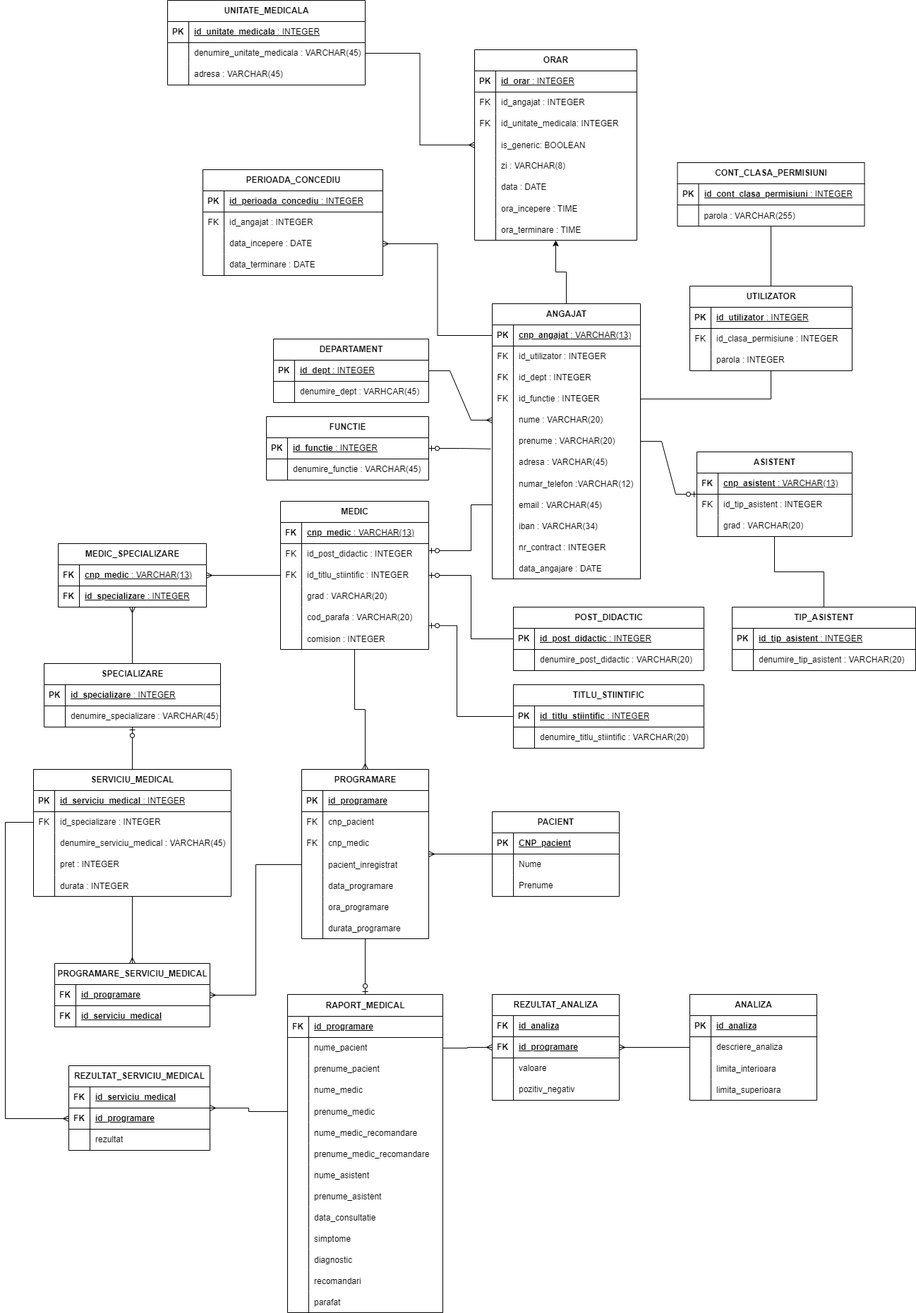
Above: ERD.drawio.png in bmarcu13/ProiectBD (draw.io), before the change. Source tidied: cells renumbered, new cells last; positions are measured from the earlier drawing's top-left corner, leaving out a move shared by most shapes.
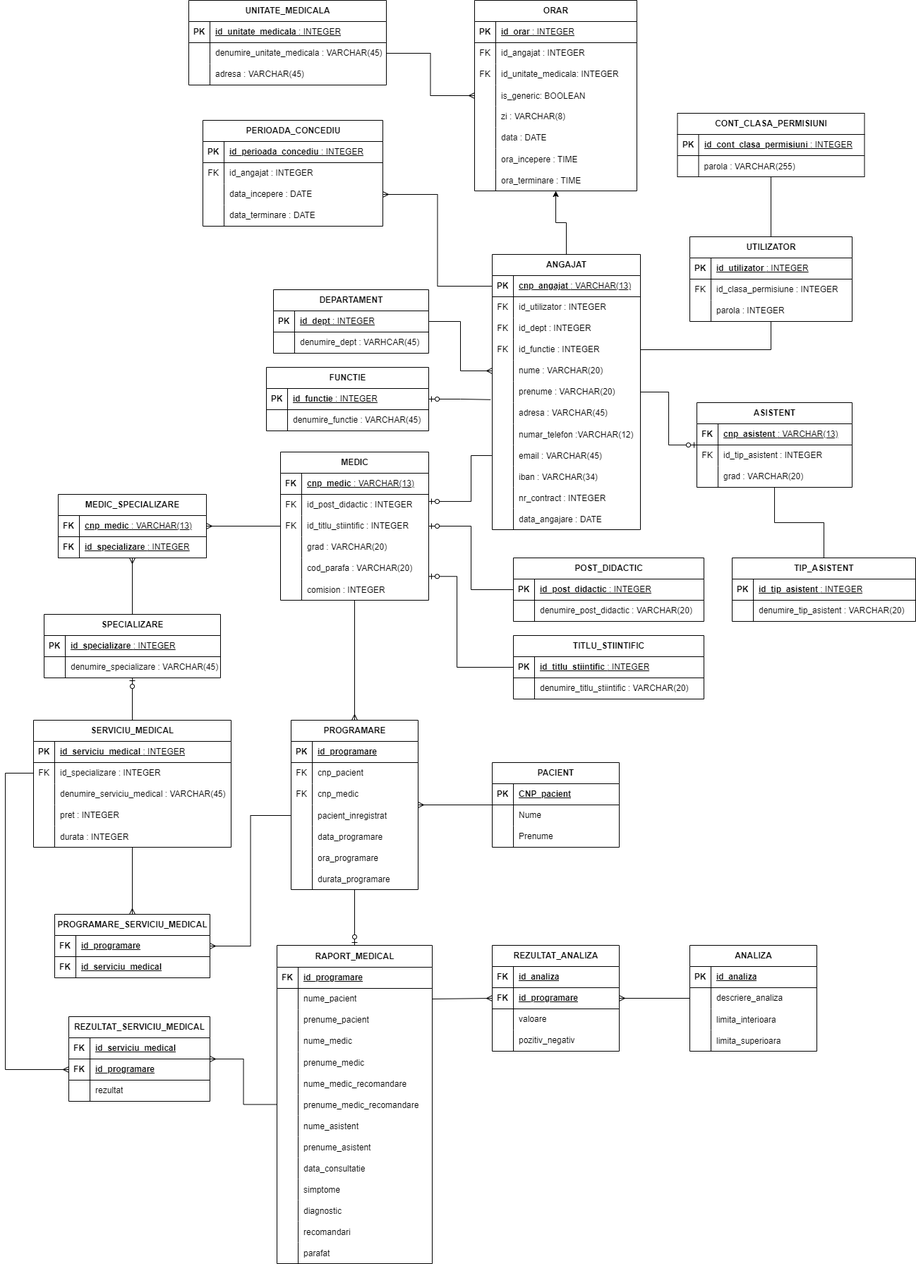
The same diagram one commit later.

The edit, as a diff of the source:
```diff
@@ -137,9 +137,6 @@
     <mxCell id="46" value="data_angajare : DATE" style="shape=partialRectangle;fillColor=none;top=0;left=0;bottom=0;right=0;align=left;spacingLeft=6;overflow=hidden;" parent="44" vertex="1">
       <mxGeometry x="30" width="180" height="30" as="geometry" />
     </mxCell>
-    <mxCell id="47" style="edgeStyle=entityRelationEdgeStyle;fontSize=12;html=1;endArrow=ERmany;rounded=0;exitX=1;exitY=0.5;exitDx=0;exitDy=0;entryX=0;entryY=0.5;entryDx=0;entryDy=0;" parent="1" edge="1" source="3" target="23">
-      <mxGeometry relative="1" as="geometry" />
-    </mxCell>
     <mxCell id="48" value="FUNCTIE" style="shape=table;startSize=30;rowLines=0;fontStyle=1;align=center;html=1;" parent="1" vertex="1">
       <mxGeometry x="370" y="590" width="230" height="90" as="geometry" />
     </mxCell>
@@ -370,9 +367,6 @@
         </Array>
       </mxGeometry>
     </mxCell>
-    <mxCell id="123" style="edgeStyle=entityRelationEdgeStyle;fontSize=12;html=1;endArrow=ERzeroToOne;endFill=1;rounded=0;" parent="1" edge="1" source="10" target="96">
-      <mxGeometry relative="1" as="geometry" />
-    </mxCell>
     <mxCell id="124" value="CONT_CLASA_PERMISIUNI" style="shape=table;startSize=30;rowLines=0;fontStyle=1;align=center;html=1;" parent="1" vertex="1">
       <mxGeometry x="952.5" y="230" width="265" height="90" as="geometry" />
     </mxCell>
@@ -521,7 +515,7 @@
       <mxGeometry relative="1" as="geometry" />
     </mxCell>
     <mxCell id="173" value="PROGRAMARE" style="shape=table;startSize=30;rowLines=0;fontStyle=1;align=center;html=1;" parent="1" vertex="1">
-      <mxGeometry x="420" y="1090" width="180" height="240" as="geometry" />
+      <mxGeometry x="405" y="1090" width="180" height="240" as="geometry" />
     </mxCell>
     <mxCell id="174" style="shape=tableRow;horizontal=0;startSize=0;swimlaneHead=0;swimlaneBody=0;fillColor=none;top=0;left=0;right=0;bottom=1;" parent="173" vertex="1">
       <mxGeometry y="30" width="180" height="30" as="geometry" />
@@ -706,7 +700,7 @@
       <mxGeometry relative="1" as="geometry" />
     </mxCell>
     <mxCell id="233" value="RAPORT_MEDICAL" style="shape=table;startSize=31;rowLines=0;fontStyle=1;align=center;html=1;" parent="1" vertex="1">
-      <mxGeometry x="400" y="1409" width="220" height="451" as="geometry" />
+      <mxGeometry x="385" y="1409" width="220" height="451" as="geometry" />
     </mxCell>
     <mxCell id="234" style="shape=tableRow;horizontal=0;startSize=0;swimlaneHead=0;swimlaneBody=0;fillColor=none;top=0;left=0;right=0;bottom=1;" parent="233" vertex="1">
       <mxGeometry y="31" width="220" height="30" as="geometry" />
@@ -834,7 +828,7 @@
     <mxCell id="275" value="parafat" style="shape=partialRectangle;fillColor=none;top=0;left=0;bottom=0;right=0;align=left;spacingLeft=6;overflow=hidden;" parent="273" vertex="1">
       <mxGeometry x="30" width="190" height="30" as="geometry" />
     </mxCell>
-    <mxCell id="276" style="edgeStyle=orthogonalEdgeStyle;rounded=0;jettySize=auto;html=1;exitX=0;exitY=0.5;exitDx=0;exitDy=0;entryX=1;entryY=0.5;entryDx=0;entryDy=0;startArrow=ERmany;startFill=0;endArrow=none;endFill=0;" parent="1" edge="1" source="223" target="237">
+    <mxCell id="276" style="rounded=0;jettySize=auto;html=1;exitX=0;exitY=0.5;exitDx=0;exitDy=0;entryX=1;entryY=0.5;entryDx=0;entryDy=0;startArrow=ERmany;startFill=0;endArrow=none;endFill=0;" parent="1" edge="1" source="223" target="237">
       <mxGeometry relative="1" as="geometry" />
     </mxCell>
     <mxCell id="277" style="edgeStyle=orthogonalEdgeStyle;rounded=0;jettySize=auto;html=1;exitX=0;exitY=0.5;exitDx=0;exitDy=0;entryX=1;entryY=0.5;entryDx=0;entryDy=0;endArrow=ERmany;endFill=0;" parent="1" edge="1" source="210" target="223">
@@ -878,11 +872,11 @@
         </Array>
       </mxGeometry>
     </mxCell>
-    <mxCell id="289" style="edgeStyle=orthogonalEdgeStyle;rounded=0;jettySize=auto;html=1;exitX=0;exitY=0.5;exitDx=0;exitDy=0;endArrow=ERmany;endFill=0;" parent="1" edge="1" source="246" target="278">
+    <mxCell id="289" style="edgeStyle=orthogonalEdgeStyle;rounded=0;jettySize=auto;html=1;endArrow=ERmany;endFill=0;" parent="1" edge="1" source="233" target="278">
       <mxGeometry relative="1" as="geometry" />
     </mxCell>
     <mxCell id="290" value="UNITATE_MEDICALA" style="shape=table;startSize=30;rowLines=0;fontStyle=1;align=center;html=1;" parent="1" vertex="1">
-      <mxGeometry x="230" width="280" height="120" as="geometry" />
+      <mxGeometry x="260" y="70" width="280" height="120" as="geometry" />
     </mxCell>
     <mxCell id="291" style="shape=tableRow;horizontal=0;startSize=0;swimlaneHead=0;swimlaneBody=0;fillColor=none;top=0;left=0;right=0;bottom=1;" parent="290" vertex="1">
       <mxGeometry y="30" width="280" height="30" as="geometry" />
@@ -1031,5 +1025,11 @@
     <mxCell id="339" style="edgeStyle=orthogonalEdgeStyle;rounded=0;jettySize=auto;html=1;exitX=1;exitY=0.5;exitDx=0;exitDy=0;entryX=0;entryY=0.5;entryDx=0;entryDy=0;endArrow=none;endFill=0;startArrow=ERmany;startFill=0;" parent="1" edge="1" source="333" target="11">
       <mxGeometry relative="1" as="geometry" />
     </mxCell>
+    <mxCell id="47" style="edgeStyle=orthogonalEdgeStyle;rounded=0;jettySize=auto;html=1;exitX=1;exitY=0.5;exitDx=0;exitDy=0;endArrow=ERmany;endFill=0;" parent="1" edge="1" source="3" target="23">
+      <mxGeometry relative="1" as="geometry" />
+    </mxCell>
+    <mxCell id="340" style="edgeStyle=orthogonalEdgeStyle;rounded=0;jettySize=auto;html=1;exitX=1;exitY=0.5;exitDx=0;exitDy=0;endArrow=ERzeroToOne;endFill=0;" parent="1" edge="1" source="26" target="96">
+      <mxGeometry relative="1" as="geometry" />
+    </mxCell>
   </root>
 </mxGraphModel>
```
